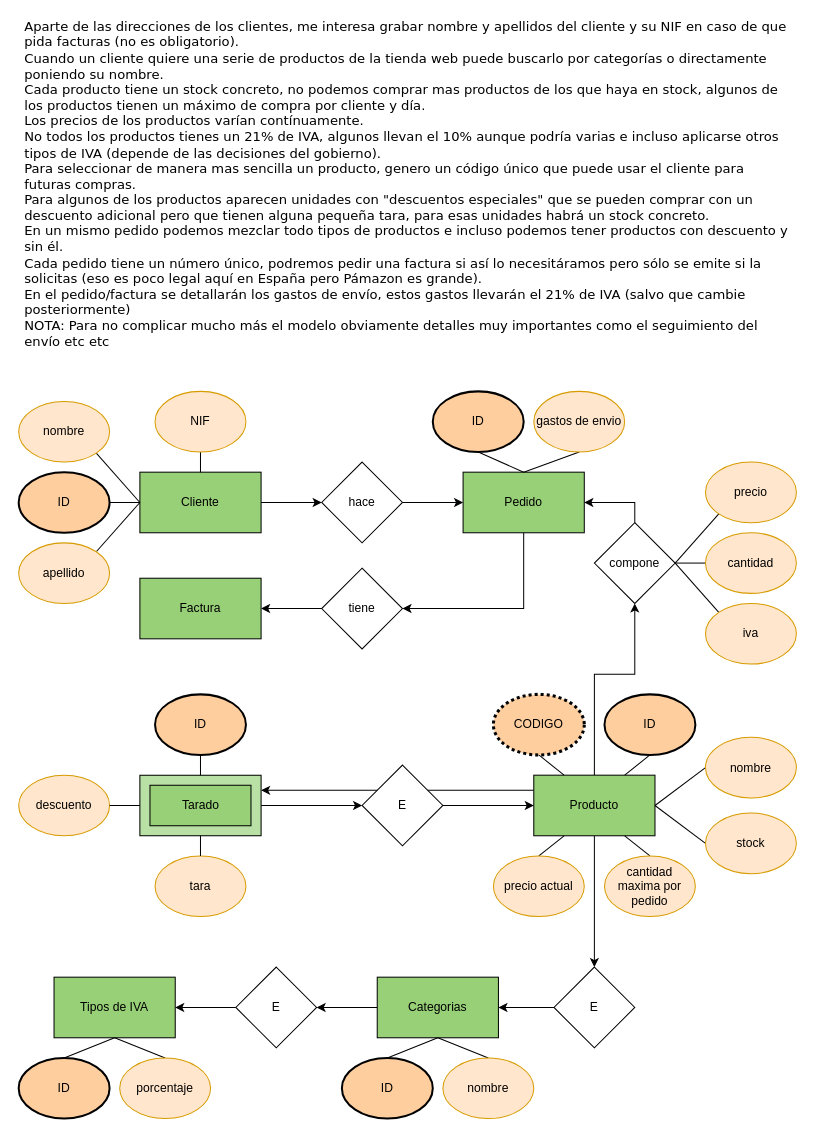
The draw.io diagram drawio/Ejer8-2.drawio in DiEgOfercri/Modelos-BBDD, before the edit. Source tidied: cells renumbered, new cells numbered last; positions are measured from the earlier drawing's top-left corner, leaving out a move shared by most shapes. Both pictures are drawn from the tidied source at 101%, with x=0, y=0 at pixel (18, 17).
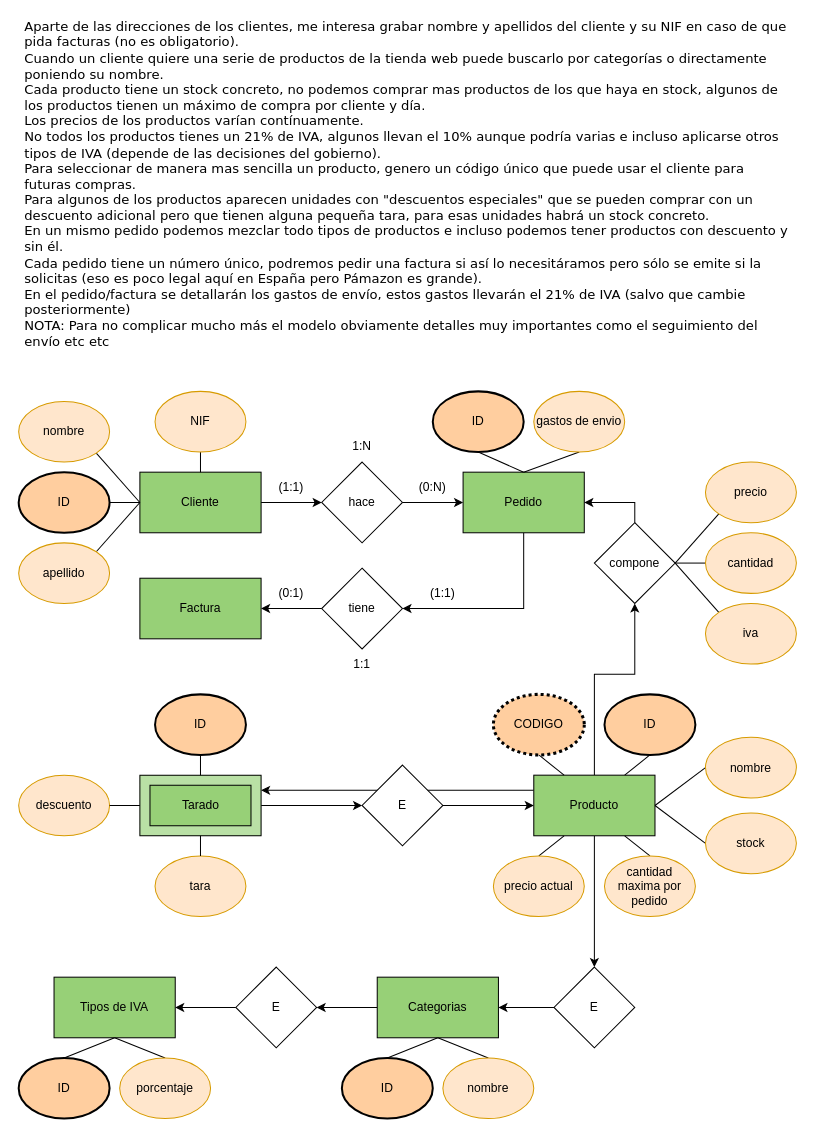
The same page after the edit.

The edit, as a diff of the source:
```diff
@@
+    <mxCell id="75" value="(0:1)" style="text;html=1;strokeColor=none;fillColor=none;align=center;verticalAlign=middle;whiteSpace=wrap;rounded=0;" parent="1" vertex="1">
+      <mxGeometry x="240" y="555" width="60" height="30" as="geometry" />
+    </mxCell>
+    <mxCell id="76" value="(1:1)" style="text;html=1;strokeColor=none;fillColor=none;align=center;verticalAlign=middle;whiteSpace=wrap;rounded=0;" parent="1" vertex="1">
+      <mxGeometry x="390" y="555" width="60" height="30" as="geometry" />
+    </mxCell>
+    <mxCell id="77" value="1:1" style="text;html=1;strokeColor=none;fillColor=none;align=center;verticalAlign=middle;whiteSpace=wrap;rounded=0;" parent="1" vertex="1">
+      <mxGeometry x="310" y="625" width="60" height="30" as="geometry" />
+    </mxCell>
+    <mxCell id="78" value="(0:N)" style="text;html=1;strokeColor=none;fillColor=none;align=center;verticalAlign=middle;whiteSpace=wrap;rounded=0;" parent="1" vertex="1">
+      <mxGeometry x="380" y="450" width="60" height="30" as="geometry" />
+    </mxCell>
+    <mxCell id="79" value="(1:1)" style="text;html=1;strokeColor=none;fillColor=none;align=center;verticalAlign=middle;whiteSpace=wrap;rounded=0;" parent="1" vertex="1">
+      <mxGeometry x="240" y="450" width="60" height="30" as="geometry" />
+    </mxCell>
+    <mxCell id="80" value="1:N" style="text;html=1;strokeColor=none;fillColor=none;align=center;verticalAlign=middle;whiteSpace=wrap;rounded=0;" parent="1" vertex="1">
+      <mxGeometry x="310" y="410" width="60" height="30" as="geometry" />
+    </mxCell>
```
